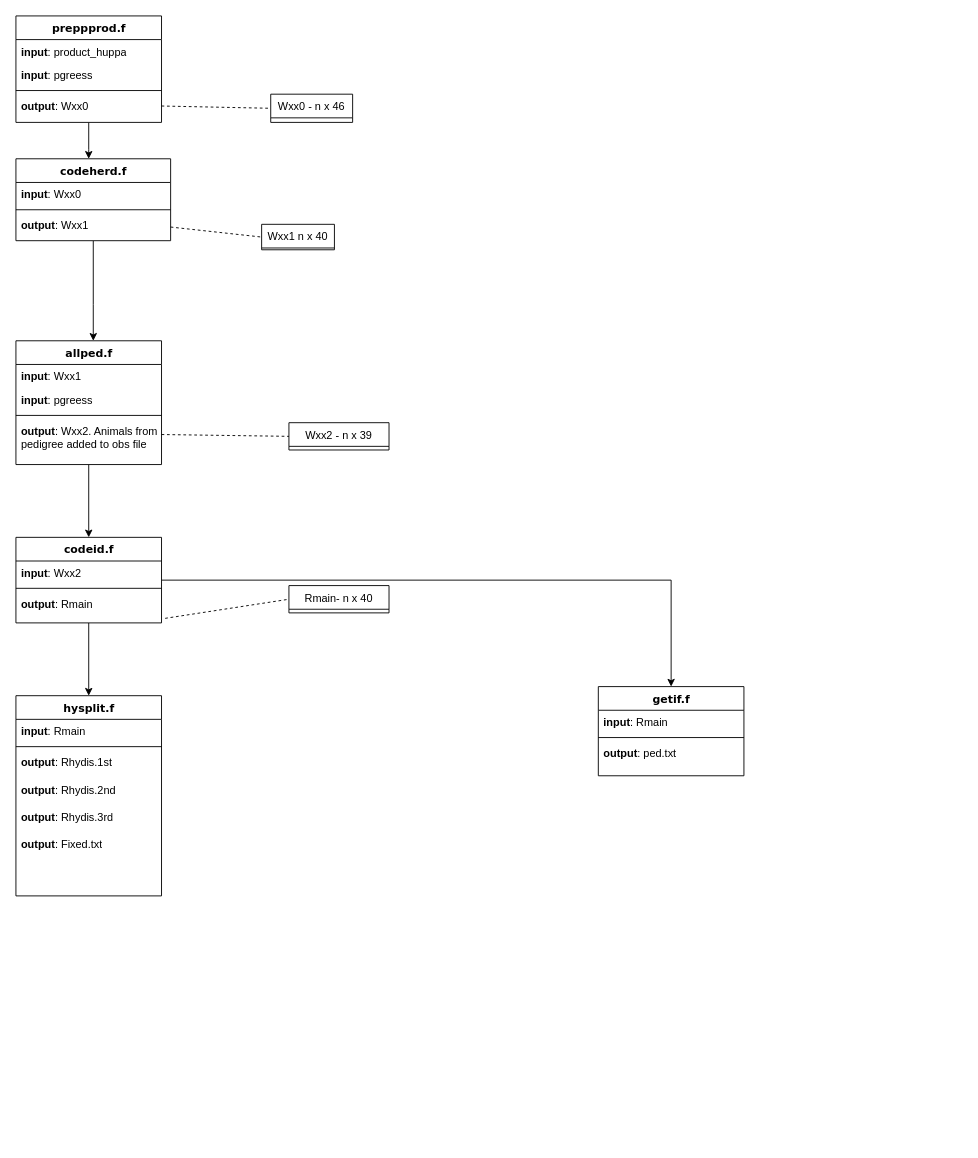
Above: gamla pipulögn.drawio in radgjafamidstod-landbunadarins/gamla_pipulina (draw.io), before the change. Source tidied: cells renumbered, new cells numbered last; positions are measured from the earlier drawing's top-left corner, leaving out a move shared by most shapes. Both pictures are drawn from the tidied source at 91%, with x=0, y=0 at pixel (15, 15).
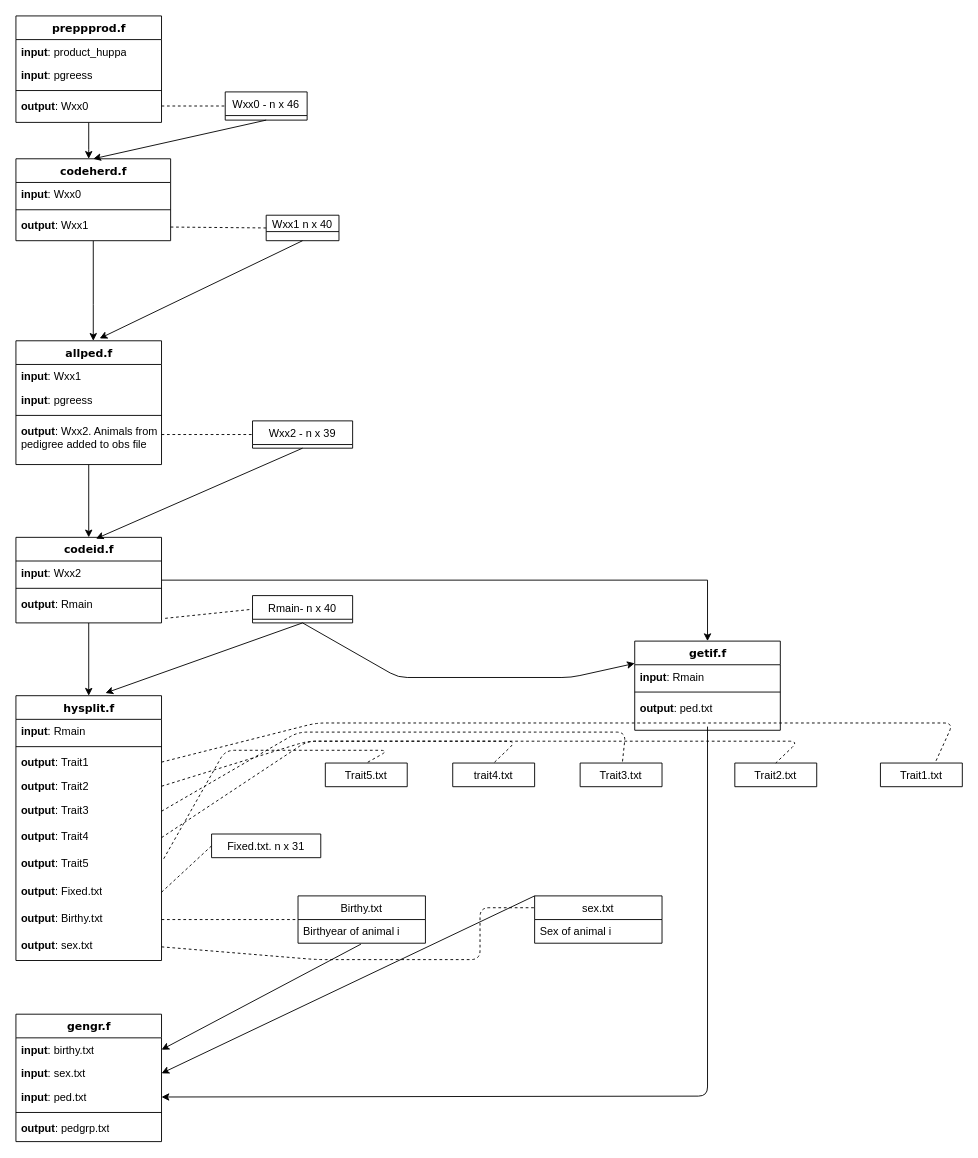
After the change.

Unchanged cells that the change refers to:
```xml
<mxCell id="9" value="codeherd.f" style="swimlane;html=1;fontStyle=1;align=center;verticalAlign=top;horizontal=1;startSize=26;swimlaneFillColor=#ffffff;rounded=0;shadow=0;comic=0;labelBackgroundColor=none;strokeWidth=1;fillColor=none;fontFamily=Verdana;fontSize=12;" parent="1" vertex="1">
  <mxGeometry y="157" width="170" height="90" as="geometry" />
</mxCell>
<mxCell id="14" value="allped.f" style="swimlane;html=1;fontStyle=1;align=center;verticalAlign=top;horizontal=1;startSize=26;swimlaneFillColor=#ffffff;rounded=0;shadow=0;comic=0;labelBackgroundColor=none;strokeWidth=1;fillColor=none;fontFamily=Verdana;fontSize=12;" parent="1" vertex="1">
  <mxGeometry y="357" width="160" height="136" as="geometry" />
</mxCell>
<mxCell id="27" value="codeid.f" style="swimlane;html=1;fontStyle=1;align=center;verticalAlign=top;horizontal=1;startSize=26;swimlaneFillColor=#ffffff;rounded=0;shadow=0;comic=0;labelBackgroundColor=none;strokeWidth=1;fillColor=none;fontFamily=Verdana;fontSize=12;" parent="1" vertex="1">
  <mxGeometry y="573" width="160" height="94" as="geometry" />
</mxCell>
<mxCell id="36" value="&lt;b&gt;output&lt;/b&gt;: ped.txt" style="text;html=1;strokeColor=none;fillColor=none;align=left;verticalAlign=top;spacingLeft=4;spacingRight=4;whiteSpace=wrap;overflow=hidden;points=[[0,0.5],[1,0.5]];portConstraint=eastwest;" parent="33" vertex="1">
  <mxGeometry y="60" width="160" height="34" as="geometry" />
</mxCell>
```

Change to the diagram source:
```diff
@@
     <mxCell id="20" value="Wxx0 - n x 46" style="swimlane;fontStyle=0;horizontal=1;startSize=26;" parent="1" vertex="1" collapsed="1">
-      <mxGeometry x="280" y="86" width="90" height="31" as="geometry" />
+      <mxGeometry x="230" y="83.5" width="90" height="31" as="geometry" />
     </mxCell>
-    <mxCell id="21" value="Wxx1 n x 40" style="swimlane;fontStyle=0;horizontal=1;startSize=26;" parent="1" vertex="1" collapsed="1">
-      <mxGeometry x="270" y="229" width="80" height="28" as="geometry" />
+    <mxCell id="21" value="Wxx1 n x 40" style="swimlane;fontStyle=0;horizontal=1;startSize=18;" parent="1" vertex="1" collapsed="1">
+      <mxGeometry x="275" y="219" width="80" height="28" as="geometry" />
     </mxCell>
@@
     <mxCell id="23" value="Wxx2 - n x 39" style="swimlane;fontStyle=0;horizontal=1;startSize=26;" parent="1" vertex="1" collapsed="1">
-      <mxGeometry x="300" y="447" width="110" height="30" as="geometry" />
+      <mxGeometry x="260" y="445" width="110" height="30" as="geometry" />
     </mxCell>
@@
     <mxCell id="31" value="Rmain- n x 40" style="swimlane;fontStyle=0;horizontal=1;startSize=26;" parent="1" vertex="1" collapsed="1">
-      <mxGeometry x="300" y="626" width="110" height="30" as="geometry" />
+      <mxGeometry x="260" y="637" width="110" height="30" as="geometry" />
     </mxCell>
@@
     <mxCell id="33" value="getif.f" style="swimlane;html=1;fontStyle=1;align=center;verticalAlign=top;horizontal=1;startSize=26;swimlaneFillColor=#ffffff;rounded=0;shadow=0;comic=0;labelBackgroundColor=none;strokeWidth=1;fillColor=none;fontFamily=Verdana;fontSize=12;" parent="1" vertex="1">
-      <mxGeometry x="640" y="737" width="160" height="98" as="geometry" />
+      <mxGeometry x="680" y="687" width="160" height="98" as="geometry" />
     </mxCell>
@@
     <mxCell id="37" value="hysplit.f" style="swimlane;html=1;fontStyle=1;align=center;verticalAlign=top;horizontal=1;startSize=26;swimlaneFillColor=#ffffff;rounded=0;shadow=0;comic=0;labelBackgroundColor=none;strokeWidth=1;fillColor=none;fontFamily=Verdana;fontSize=12;" parent="1" vertex="1">
-      <mxGeometry y="747" width="160" height="220" as="geometry" />
+      <mxGeometry y="747" width="160" height="291" as="geometry" />
     </mxCell>
@@
+    <mxCell id="44" value="&lt;b&gt;output&lt;/b&gt;:&amp;nbsp;&lt;span&gt;Trait1&lt;br&gt;&lt;br&gt;&lt;/span&gt;" style="text;html=1;strokeColor=none;fillColor=none;align=left;verticalAlign=top;spacingLeft=4;spacingRight=4;whiteSpace=wrap;overflow=hidden;points=[[0,0.5],[1,0.5]];portConstraint=eastwest;" parent="37" vertex="1">
+      <mxGeometry y="60" width="160" height="26" as="geometry" />
+    </mxCell>
+    <mxCell id="45" value="&lt;b&gt;output&lt;/b&gt;:&amp;nbsp;&lt;span&gt;Trait2&lt;br&gt;&lt;br&gt;&lt;/span&gt;" style="text;html=1;strokeColor=none;fillColor=none;align=left;verticalAlign=top;spacingLeft=4;spacingRight=4;whiteSpace=wrap;overflow=hidden;points=[[0,0.5],[1,0.5]];portConstraint=eastwest;" parent="37" vertex="1">
+      <mxGeometry y="86" width="160" height="27" as="geometry" />
+    </mxCell>
+    <mxCell id="42" value="&lt;b&gt;output&lt;/b&gt;:&amp;nbsp;&lt;span&gt;Trait3&lt;br&gt;&lt;br&gt;&lt;/span&gt;" style="text;html=1;strokeColor=none;fillColor=none;align=left;verticalAlign=top;spacingLeft=4;spacingRight=4;whiteSpace=wrap;overflow=hidden;points=[[0,0.5],[1,0.5]];portConstraint=eastwest;" parent="37" vertex="1">
+      <mxGeometry y="113" width="160" height="28" as="geometry" />
+    </mxCell>
+    <mxCell id="41" value="&lt;b&gt;output&lt;/b&gt;:&amp;nbsp;&lt;span&gt;Trait4&lt;br&gt;&lt;br&gt;&lt;/span&gt;" style="text;html=1;strokeColor=none;fillColor=none;align=left;verticalAlign=top;spacingLeft=4;spacingRight=4;whiteSpace=wrap;overflow=hidden;points=[[0,0.5],[1,0.5]];portConstraint=eastwest;" parent="37" vertex="1">
+      <mxGeometry y="141" width="160" height="30" as="geometry" />
+    </mxCell>
-    <mxCell id="40" value="&lt;b&gt;output&lt;/b&gt;:&amp;nbsp;&lt;span&gt;Rhydis.1st&lt;br&gt;&lt;br&gt;&lt;/span&gt;" style="text;html=1;strokeColor=none;fillColor=none;align=left;verticalAlign=top;spacingLeft=4;spacingRight=4;whiteSpace=wrap;overflow=hidden;points=[[0,0.5],[1,0.5]];portConstraint=eastwest;" parent="37" vertex="1">
-      <mxGeometry y="60" width="160" height="30" as="geometry" />
+    <mxCell id="40" value="&lt;b&gt;output&lt;/b&gt;:&amp;nbsp;&lt;span&gt;Trait5&lt;br&gt;&lt;br&gt;&lt;/span&gt;" style="text;html=1;strokeColor=none;fillColor=none;align=left;verticalAlign=top;spacingLeft=4;spacingRight=4;whiteSpace=wrap;overflow=hidden;points=[[0,0.5],[1,0.5]];portConstraint=eastwest;" parent="37" vertex="1">
+      <mxGeometry y="171" width="160" height="30" as="geometry" />
     </mxCell>
-    <mxCell id="41" value="&lt;b&gt;output&lt;/b&gt;:&amp;nbsp;&lt;span&gt;Rhydis.2nd&lt;br&gt;&lt;br&gt;&lt;/span&gt;" style="text;html=1;strokeColor=none;fillColor=none;align=left;verticalAlign=top;spacingLeft=4;spacingRight=4;whiteSpace=wrap;overflow=hidden;points=[[0,0.5],[1,0.5]];portConstraint=eastwest;" parent="37" vertex="1">
-      <mxGeometry y="90" width="160" height="30" as="geometry" />
-    </mxCell>
-    <mxCell id="42" value="&lt;b&gt;output&lt;/b&gt;:&amp;nbsp;&lt;span&gt;Rhydis.3rd&lt;br&gt;&lt;br&gt;&lt;/span&gt;" style="text;html=1;strokeColor=none;fillColor=none;align=left;verticalAlign=top;spacingLeft=4;spacingRight=4;whiteSpace=wrap;overflow=hidden;points=[[0,0.5],[1,0.5]];portConstraint=eastwest;" parent="37" vertex="1">
-      <mxGeometry y="120" width="160" height="30" as="geometry" />
-    </mxCell>
     <mxCell id="43" value="&lt;b&gt;output&lt;/b&gt;:&amp;nbsp;&lt;span&gt;Fixed.txt&lt;br&gt;&lt;/span&gt;" style="text;html=1;strokeColor=none;fillColor=none;align=left;verticalAlign=top;spacingLeft=4;spacingRight=4;whiteSpace=wrap;overflow=hidden;points=[[0,0.5],[1,0.5]];portConstraint=eastwest;" parent="37" vertex="1">
-      <mxGeometry y="150" width="160" height="30" as="geometry" />
+      <mxGeometry y="201" width="160" height="30" as="geometry" />
     </mxCell>
+    <mxCell id="46" value="&lt;b&gt;output&lt;/b&gt;:&amp;nbsp;&lt;span&gt;Birthy.txt&lt;br&gt;&lt;/span&gt;" style="text;html=1;strokeColor=none;fillColor=none;align=left;verticalAlign=top;spacingLeft=4;spacingRight=4;whiteSpace=wrap;overflow=hidden;points=[[0,0.5],[1,0.5]];portConstraint=eastwest;" parent="37" vertex="1">
+      <mxGeometry y="231" width="160" height="30" as="geometry" />
+    </mxCell>
+    <mxCell id="47" value="&lt;b&gt;output&lt;/b&gt;:&amp;nbsp;&lt;span&gt;sex.txt&lt;br&gt;&lt;/span&gt;" style="text;html=1;strokeColor=none;fillColor=none;align=left;verticalAlign=top;spacingLeft=4;spacingRight=4;whiteSpace=wrap;overflow=hidden;points=[[0,0.5],[1,0.5]];portConstraint=eastwest;" parent="37" vertex="1">
+      <mxGeometry y="261" width="160" height="30" as="geometry" />
+    </mxCell>
+    <mxCell id="48" style="endArrow=none;dashed=1;html=1;exitX=1;exitY=0.5;exitDx=0;exitDy=0;entryX=0;entryY=0.5;entryDx=0;entryDy=0;" parent="1" edge="1" source="43" target="49">
+      <mxGeometry relative="1" as="geometry" />
+    </mxCell>
+    <mxCell id="49" value="Fixed.txt. n x 31" style="swimlane;fontStyle=0;horizontal=1;startSize=26;" parent="1" vertex="1" collapsed="1">
+      <mxGeometry x="215" y="899" width="120" height="26" as="geometry" />
+    </mxCell>
+    <mxCell id="50" value="Trait5.txt" style="swimlane;fontStyle=0;horizontal=1;startSize=26;" parent="1" vertex="1" collapsed="1">
+      <mxGeometry x="340" y="821" width="90" height="26" as="geometry" />
+    </mxCell>
+    <mxCell id="51" value="trait4.txt" style="swimlane;fontStyle=0;horizontal=1;startSize=26;" parent="1" vertex="1" collapsed="1">
+      <mxGeometry x="480" y="821" width="90" height="26" as="geometry" />
+    </mxCell>
+    <mxCell id="52" value="Trait3.txt" style="swimlane;fontStyle=0;horizontal=1;startSize=26;" parent="1" vertex="1" collapsed="1">
+      <mxGeometry x="620" y="821" width="90" height="26" as="geometry" />
+    </mxCell>
+    <mxCell id="53" style="endArrow=none;dashed=1;html=1;exitX=1;exitY=0.5;exitDx=0;exitDy=0;" parent="1" edge="1" source="42" target="52">
+      <mxGeometry relative="1" as="geometry">
+        <Array as="points">
+          <mxPoint x="310" y="787" />
+          <mxPoint x="570" y="787" />
+          <mxPoint x="670" y="787" />
+        </Array>
+      </mxGeometry>
+    </mxCell>
+    <mxCell id="54" style="endArrow=none;dashed=1;html=1;exitX=1;exitY=0.5;exitDx=0;exitDy=0;entryX=0.5;entryY=0;entryDx=0;entryDy=0;" parent="1" edge="1" source="41" target="51">
+      <mxGeometry relative="1" as="geometry">
+        <Array as="points">
+          <mxPoint x="320" y="797" />
+          <mxPoint x="550" y="797" />
+        </Array>
+      </mxGeometry>
+    </mxCell>
+    <mxCell id="55" style="endArrow=none;dashed=1;html=1;exitX=1.015;exitY=0.273;exitDx=0;exitDy=0;exitPerimeter=0;entryX=0.5;entryY=0;entryDx=0;entryDy=0;" parent="1" edge="1" source="40" target="50">
+      <mxGeometry relative="1" as="geometry">
+        <Array as="points">
+          <mxPoint x="230" y="807" />
+          <mxPoint x="410" y="807" />
+        </Array>
+      </mxGeometry>
+    </mxCell>
+    <mxCell id="56" style="endArrow=classic;html=1;exitX=0.5;exitY=1;exitDx=0;exitDy=0;entryX=0.5;entryY=0;entryDx=0;entryDy=0;" parent="1" edge="1" source="20" target="9">
+      <mxGeometry relative="1" as="geometry" />
+    </mxCell>
+    <mxCell id="57" style="endArrow=classic;html=1;exitX=0.5;exitY=1;exitDx=0;exitDy=0;entryX=0.575;entryY=-0.019;entryDx=0;entryDy=0;entryPerimeter=0;" parent="1" edge="1" source="21" target="14">
+      <mxGeometry relative="1" as="geometry" />
+    </mxCell>
+    <mxCell id="58" style="endArrow=classic;html=1;entryX=0.55;entryY=0.015;entryDx=0;entryDy=0;entryPerimeter=0;exitX=0.5;exitY=1;exitDx=0;exitDy=0;" parent="1" edge="1" source="23" target="27">
+      <mxGeometry relative="1" as="geometry" />
+    </mxCell>
+    <mxCell id="59" style="endArrow=classic;html=1;exitX=0.5;exitY=1;exitDx=0;exitDy=0;entryX=0.615;entryY=-0.01;entryDx=0;entryDy=0;entryPerimeter=0;" parent="1" edge="1" source="31" target="37">
+      <mxGeometry relative="1" as="geometry" />
+    </mxCell>
+    <mxCell id="60" style="endArrow=classic;html=1;exitX=0.5;exitY=1;exitDx=0;exitDy=0;entryX=0;entryY=0.25;entryDx=0;entryDy=0;" parent="1" edge="1" source="31" target="33">
+      <mxGeometry relative="1" as="geometry">
+        <Array as="points">
+          <mxPoint x="420" y="727" />
+          <mxPoint x="610" y="727" />
+        </Array>
+      </mxGeometry>
+    </mxCell>
+    <mxCell id="61" value="Trait2.txt" style="swimlane;fontStyle=0;horizontal=1;startSize=26;" parent="1" vertex="1" collapsed="1">
+      <mxGeometry x="790" y="821" width="90" height="26" as="geometry" />
+    </mxCell>
+    <mxCell id="62" value="Trait1.txt" style="swimlane;fontStyle=0;horizontal=1;startSize=26;" parent="1" vertex="1" collapsed="1">
+      <mxGeometry x="950" y="821" width="90" height="26" as="geometry" />
+    </mxCell>
+    <mxCell id="63" style="endArrow=none;dashed=1;html=1;exitX=1;exitY=0.5;exitDx=0;exitDy=0;entryX=0.5;entryY=0;entryDx=0;entryDy=0;" parent="1" edge="1" source="45" target="61">
+      <mxGeometry relative="1" as="geometry">
+        <Array as="points">
+          <mxPoint x="320" y="797" />
+          <mxPoint x="580" y="797" />
+          <mxPoint x="860" y="797" />
+        </Array>
+      </mxGeometry>
+    </mxCell>
+    <mxCell id="64" style="endArrow=none;dashed=1;html=1;exitX=1;exitY=0.5;exitDx=0;exitDy=0;entryX=0.666;entryY=0.006;entryDx=0;entryDy=0;entryPerimeter=0;" parent="1" edge="1" source="44" target="62">
+      <mxGeometry relative="1" as="geometry">
+        <Array as="points">
+          <mxPoint x="330" y="777" />
+          <mxPoint x="600" y="777" />
+          <mxPoint x="1030" y="777" />
+        </Array>
+      </mxGeometry>
+    </mxCell>
+    <mxCell id="65" value="gengr.f" style="swimlane;html=1;fontStyle=1;align=center;verticalAlign=top;horizontal=1;startSize=26;swimlaneFillColor=#ffffff;rounded=0;shadow=0;comic=0;labelBackgroundColor=none;strokeWidth=1;fillColor=none;fontFamily=Verdana;fontSize=12;" parent="1" vertex="1">
+      <mxGeometry y="1097" width="160" height="140" as="geometry" />
+    </mxCell>
+    <mxCell id="66" value="&lt;b&gt;input&lt;/b&gt;: birthy.txt" style="text;html=1;strokeColor=none;fillColor=none;align=left;verticalAlign=top;spacingLeft=4;spacingRight=4;whiteSpace=wrap;overflow=hidden;points=[[0,0.5],[1,0.5]];portConstraint=eastwest;" parent="65" vertex="1">
+      <mxGeometry y="26" width="160" height="26" as="geometry" />
+    </mxCell>
+    <mxCell id="67" value="&lt;b&gt;input&lt;/b&gt;: sex.txt" style="text;html=1;strokeColor=none;fillColor=none;align=left;verticalAlign=top;spacingLeft=4;spacingRight=4;whiteSpace=wrap;overflow=hidden;points=[[0,0.5],[1,0.5]];portConstraint=eastwest;" parent="65" vertex="1">
+      <mxGeometry y="52" width="160" height="26" as="geometry" />
+    </mxCell>
+    <mxCell id="68" value="&lt;b&gt;input&lt;/b&gt;: ped.txt" style="text;html=1;strokeColor=none;fillColor=none;align=left;verticalAlign=top;spacingLeft=4;spacingRight=4;whiteSpace=wrap;overflow=hidden;points=[[0,0.5],[1,0.5]];portConstraint=eastwest;" parent="65" vertex="1">
+      <mxGeometry y="78" width="160" height="26" as="geometry" />
+    </mxCell>
+    <mxCell id="69" style="line;html=1;strokeWidth=1;fillColor=none;align=left;verticalAlign=middle;spacingTop=-1;spacingLeft=3;spacingRight=3;labelPosition=right;" parent="65" vertex="1">
+      <mxGeometry y="104" width="160" height="8" as="geometry" />
+    </mxCell>
+    <mxCell id="70" value="&lt;b&gt;output&lt;/b&gt;: pedgrp.txt&lt;span&gt;&lt;br&gt;&lt;/span&gt;" style="text;html=1;strokeColor=none;fillColor=none;align=left;verticalAlign=top;spacingLeft=4;spacingRight=4;whiteSpace=wrap;overflow=hidden;" parent="65" vertex="1">
+      <mxGeometry y="112" width="160" height="26" as="geometry" />
+    </mxCell>
+    <mxCell id="71" style="endArrow=none;dashed=1;html=1;exitX=1;exitY=0.5;exitDx=0;exitDy=0;" parent="1" edge="1" source="46" target="72">
+      <mxGeometry relative="1" as="geometry" />
+    </mxCell>
+    <mxCell id="72" value="Birthy.txt" style="swimlane;fontStyle=0;horizontal=1;startSize=26;" parent="1" vertex="1">
+      <mxGeometry x="310" y="967" width="140" height="52" as="geometry" />
+    </mxCell>
+    <mxCell id="73" value="Birthyear of animal i" style="text;strokeColor=none;fillColor=none;align=left;verticalAlign=top;spacingLeft=4;spacingRight=4;overflow=hidden;points=[[0,0.5],[1,0.5]];portConstraint=eastwest;" parent="72" vertex="1">
+      <mxGeometry y="26" width="140" height="26" as="geometry" />
+    </mxCell>
+    <mxCell id="74" value="sex.txt" style="swimlane;fontStyle=0;horizontal=1;startSize=26;" parent="1" vertex="1">
+      <mxGeometry x="570" y="967" width="140" height="52" as="geometry" />
+    </mxCell>
+    <mxCell id="75" value="Sex of animal i " style="text;strokeColor=none;fillColor=none;align=left;verticalAlign=top;spacingLeft=4;spacingRight=4;overflow=hidden;" parent="74" vertex="1">
+      <mxGeometry y="26" width="140" height="26" as="geometry" />
+    </mxCell>
+    <mxCell id="76" style="endArrow=none;dashed=1;html=1;exitX=1;exitY=0.5;exitDx=0;exitDy=0;entryX=0;entryY=0.25;entryDx=0;entryDy=0;" parent="1" edge="1" source="47" target="74">
+      <mxGeometry relative="1" as="geometry">
+        <Array as="points">
+          <mxPoint x="330" y="1037" />
+          <mxPoint x="510" y="1037" />
+          <mxPoint x="510" y="980" />
+        </Array>
+      </mxGeometry>
+    </mxCell>
+    <mxCell id="77" style="endArrow=classic;html=1;exitX=0.494;exitY=1.038;exitDx=0;exitDy=0;exitPerimeter=0;entryX=1;entryY=0.5;entryDx=0;entryDy=0;" parent="1" edge="1" source="73" target="66">
+      <mxGeometry relative="1" as="geometry" />
+    </mxCell>
+    <mxCell id="78" style="endArrow=classic;html=1;exitX=0;exitY=0;exitDx=0;exitDy=0;entryX=1;entryY=0.5;entryDx=0;entryDy=0;" parent="1" edge="1" source="74" target="67">
+      <mxGeometry relative="1" as="geometry" />
+    </mxCell>
+    <mxCell id="79" style="endArrow=classic;html=1;entryX=1;entryY=0.5;entryDx=0;entryDy=0;" parent="1" edge="1" source="36" target="68">
+      <mxGeometry relative="1" as="geometry">
+        <Array as="points">
+          <mxPoint x="760" y="1187" />
+        </Array>
+      </mxGeometry>
+    </mxCell>
```
